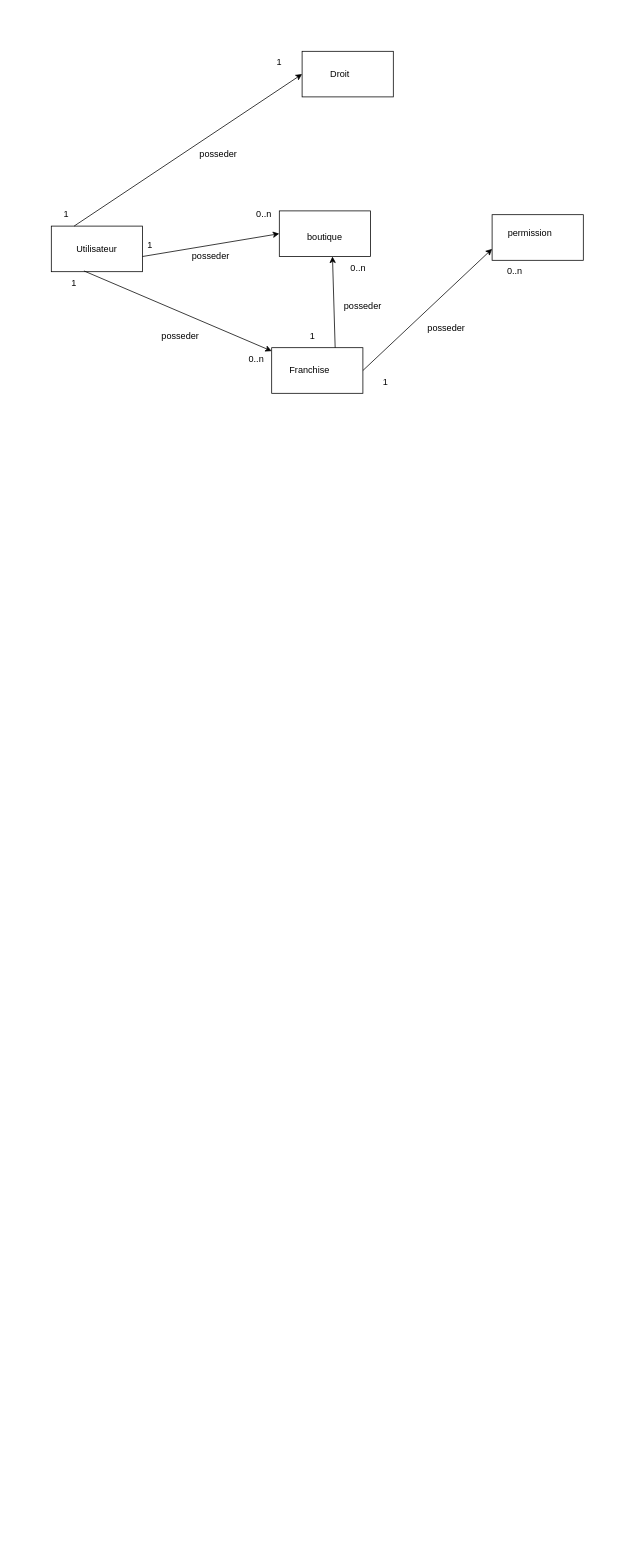
This is Diagramme sans nom.drawio from Bastien64/ProjetPhp, a draw.io file, before an edit. Source tidied: cells renumbered, new cells numbered last; positions are measured from the earlier drawing's top-left corner, leaving out a move shared by most shapes. Both pictures are drawn from the tidied source at 76%, with x=0, y=0 at pixel (43, 51).
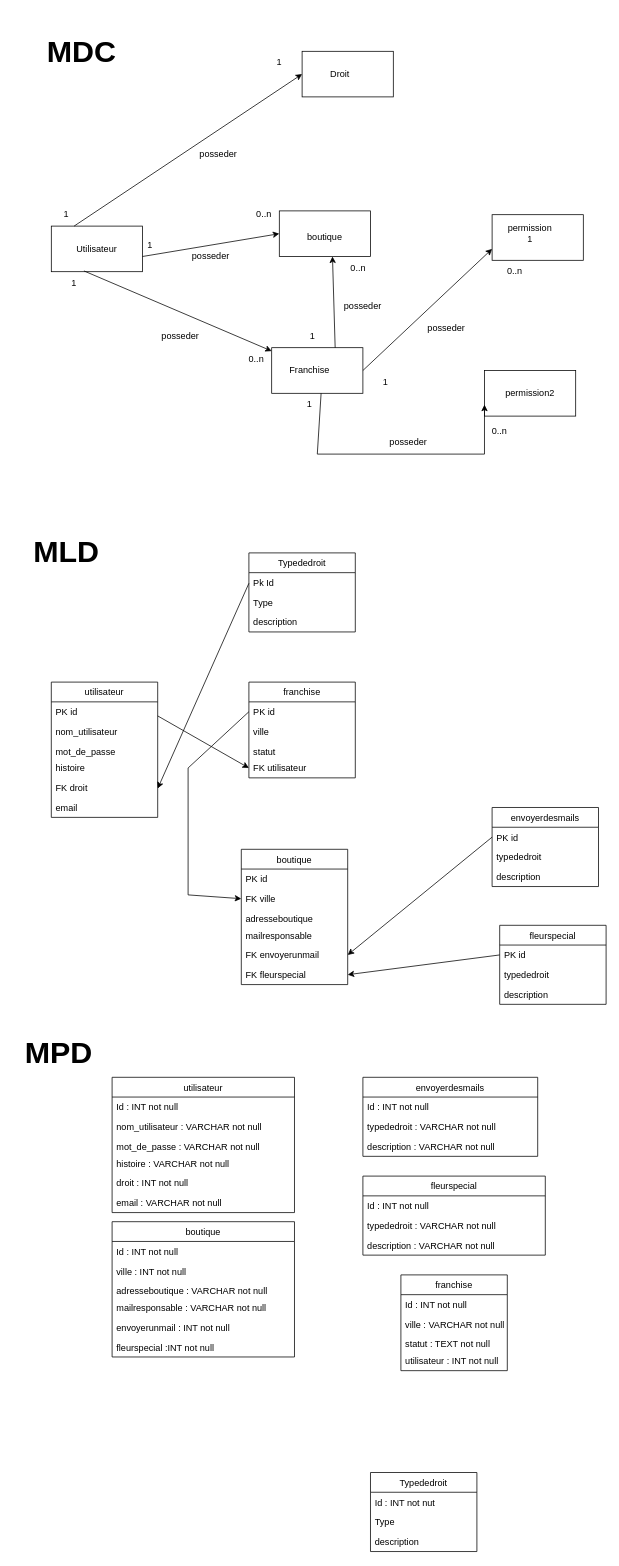
After the change.

Commit message:
Mettre à jour Diagramme sans nom.drawio

Change to the diagram source:
```diff
@@
-    <mxCell id="11" value="permission" style="text;html=1;strokeColor=none;fillColor=none;align=center;verticalAlign=middle;whiteSpace=wrap;rounded=0;" parent="1" vertex="1">
+    <mxCell id="11" value="permission 1" style="text;html=1;strokeColor=none;fillColor=none;align=center;verticalAlign=middle;whiteSpace=wrap;rounded=0;" parent="1" vertex="1">
       <mxGeometry x="610" y="225" width="60" height="30" as="geometry" />
     </mxCell>
@@
+    <mxCell id="32" value="MDC" style="text;align=center;fontStyle=1;verticalAlign=middle;spacingLeft=3;spacingRight=3;strokeColor=none;fontSize=40;" parent="1" vertex="1">
+      <mxGeometry x="-40" y="-50" width="180" height="90" as="geometry" />
+    </mxCell>
+    <mxCell id="33" value="MLD" style="text;align=center;fontStyle=1;verticalAlign=middle;spacingLeft=3;spacingRight=3;strokeColor=none;fontSize=40;" parent="1" vertex="1">
+      <mxGeometry x="-10" y="640" width="80" height="26" as="geometry" />
+    </mxCell>
+    <mxCell id="34" value="Typededroit" style="swimlane;fontStyle=0;horizontal=1;startSize=26;fillColor=none;fontSize=12;" parent="1" vertex="1">
+      <mxGeometry x="270" y="660" width="140" height="104" as="geometry" />
+    </mxCell>
+    <mxCell id="35" style="endArrow=classic;html=1;rounded=0;fontSize=12;" parent="34" edge="1">
+      <mxGeometry relative="1" as="geometry">
+        <mxPoint y="40" as="sourcePoint" />
+        <mxPoint x="-120" y="310" as="targetPoint" />
+      </mxGeometry>
+    </mxCell>
+    <mxCell id="36" value="Pk Id" style="text;strokeColor=none;fillColor=none;align=left;verticalAlign=top;spacingLeft=4;spacingRight=4;overflow=hidden;fontSize=12;" parent="34" vertex="1">
+      <mxGeometry y="26" width="140" height="26" as="geometry" />
+    </mxCell>
+    <mxCell id="37" value="Type" style="text;strokeColor=none;fillColor=none;align=left;verticalAlign=top;spacingLeft=4;spacingRight=4;overflow=hidden;fontSize=12;" parent="34" vertex="1">
+      <mxGeometry y="52" width="140" height="26" as="geometry" />
+    </mxCell>
+    <mxCell id="38" value="description" style="text;strokeColor=none;fillColor=none;align=left;verticalAlign=top;spacingLeft=4;spacingRight=4;overflow=hidden;fontSize=12;" parent="34" vertex="1">
+      <mxGeometry y="78" width="140" height="26" as="geometry" />
+    </mxCell>
+    <mxCell id="39" value="utilisateur" style="swimlane;fontStyle=0;horizontal=1;startSize=26;fillColor=none;fontSize=12;" parent="1" vertex="1">
+      <mxGeometry x="10" y="830" width="140" height="178" as="geometry" />
+    </mxCell>
+    <mxCell id="40" value="PK id" style="text;strokeColor=none;fillColor=none;align=left;verticalAlign=top;spacingLeft=4;spacingRight=4;overflow=hidden;fontSize=12;" parent="39" vertex="1">
+      <mxGeometry y="26" width="140" height="26" as="geometry" />
+    </mxCell>
+    <mxCell id="41" value="nom_utilisateur" style="text;strokeColor=none;fillColor=none;align=left;verticalAlign=top;spacingLeft=4;spacingRight=4;overflow=hidden;fontSize=12;" parent="39" vertex="1">
+      <mxGeometry y="52" width="140" height="26" as="geometry" />
+    </mxCell>
+    <mxCell id="42" value="mot_de_passe" style="text;strokeColor=none;fillColor=none;align=left;verticalAlign=top;spacingLeft=4;spacingRight=4;overflow=hidden;fontSize=12;" parent="39" vertex="1">
+      <mxGeometry y="78" width="140" height="22" as="geometry" />
+    </mxCell>
+    <mxCell id="43" value="histoire" style="text;strokeColor=none;fillColor=none;align=left;verticalAlign=top;spacingLeft=4;spacingRight=4;overflow=hidden;fontSize=12;" parent="39" vertex="1">
+      <mxGeometry y="100" width="140" height="26" as="geometry" />
+    </mxCell>
+    <mxCell id="44" value="FK droit" style="text;strokeColor=none;fillColor=none;align=left;verticalAlign=top;spacingLeft=4;spacingRight=4;overflow=hidden;fontSize=12;" parent="39" vertex="1">
+      <mxGeometry y="126" width="140" height="26" as="geometry" />
+    </mxCell>
+    <mxCell id="45" value="email" style="text;strokeColor=none;fillColor=none;align=left;verticalAlign=top;spacingLeft=4;spacingRight=4;overflow=hidden;fontSize=12;" parent="39" vertex="1">
+      <mxGeometry y="152" width="140" height="26" as="geometry" />
+    </mxCell>
+    <mxCell id="46" value="franchise" style="swimlane;fontStyle=0;horizontal=1;startSize=26;fillColor=none;fontSize=12;" parent="1" vertex="1">
+      <mxGeometry x="270" y="830" width="140" height="126" as="geometry" />
+    </mxCell>
+    <mxCell id="47" value="PK id" style="text;strokeColor=none;fillColor=none;align=left;verticalAlign=top;spacingLeft=4;spacingRight=4;overflow=hidden;points=[[0,0.5],[1,0.5]];portConstraint=eastwest;fontSize=12;" parent="46" vertex="1">
+      <mxGeometry y="26" width="140" height="26" as="geometry" />
+    </mxCell>
+    <mxCell id="48" value="ville" style="text;strokeColor=none;fillColor=none;align=left;verticalAlign=top;spacingLeft=4;spacingRight=4;overflow=hidden;fontSize=12;" parent="46" vertex="1">
+      <mxGeometry y="52" width="140" height="26" as="geometry" />
+    </mxCell>
+    <mxCell id="49" value="statut" style="text;strokeColor=none;fillColor=none;align=left;verticalAlign=top;spacingLeft=4;spacingRight=4;overflow=hidden;fontSize=12;" parent="46" vertex="1">
+      <mxGeometry y="78" width="140" height="22" as="geometry" />
+    </mxCell>
+    <mxCell id="50" value="FK utilisateur" style="text;strokeColor=none;fillColor=none;align=left;verticalAlign=top;spacingLeft=4;spacingRight=4;overflow=hidden;points=[[0,0.5],[1,0.5]];portConstraint=eastwest;fontSize=12;" parent="46" vertex="1">
+      <mxGeometry y="100" width="140" height="26" as="geometry" />
+    </mxCell>
+    <mxCell id="51" value="boutique" style="swimlane;fontStyle=0;horizontal=1;startSize=26;fillColor=none;fontSize=12;" parent="1" vertex="1">
+      <mxGeometry x="260" y="1050" width="140" height="178" as="geometry" />
+    </mxCell>
+    <mxCell id="52" value="PK id" style="text;strokeColor=none;fillColor=none;align=left;verticalAlign=top;spacingLeft=4;spacingRight=4;overflow=hidden;fontSize=12;" parent="51" vertex="1">
+      <mxGeometry y="26" width="140" height="26" as="geometry" />
+    </mxCell>
+    <mxCell id="53" value="FK ville" style="text;strokeColor=none;fillColor=none;align=left;verticalAlign=top;spacingLeft=4;spacingRight=4;overflow=hidden;points=[[0,0.5],[1,0.5]];portConstraint=eastwest;fontSize=12;" parent="51" vertex="1">
+      <mxGeometry y="52" width="140" height="26" as="geometry" />
+    </mxCell>
+    <mxCell id="54" value="adresseboutique    " style="text;strokeColor=none;fillColor=none;align=left;verticalAlign=top;spacingLeft=4;spacingRight=4;overflow=hidden;fontSize=12;" parent="51" vertex="1">
+      <mxGeometry y="78" width="140" height="22" as="geometry" />
+    </mxCell>
+    <mxCell id="55" value="mailresponsable" style="text;strokeColor=none;fillColor=none;align=left;verticalAlign=top;spacingLeft=4;spacingRight=4;overflow=hidden;fontSize=12;" parent="51" vertex="1">
+      <mxGeometry y="100" width="140" height="26" as="geometry" />
+    </mxCell>
+    <mxCell id="56" value="FK envoyerunmail" style="text;strokeColor=none;fillColor=none;align=left;verticalAlign=top;spacingLeft=4;spacingRight=4;overflow=hidden;points=[[0,0.5],[1,0.5]];portConstraint=eastwest;fontSize=12;" parent="51" vertex="1">
+      <mxGeometry y="126" width="140" height="26" as="geometry" />
+    </mxCell>
+    <mxCell id="57" value="FK fleurspecial" style="text;strokeColor=none;fillColor=none;align=left;verticalAlign=top;spacingLeft=4;spacingRight=4;overflow=hidden;points=[[0,0.5],[1,0.5]];portConstraint=eastwest;fontSize=12;" parent="51" vertex="1">
+      <mxGeometry y="152" width="140" height="26" as="geometry" />
+    </mxCell>
+    <mxCell id="58" style="rounded=0;whiteSpace=wrap;html=1;" parent="1" vertex="1">
+      <mxGeometry x="580" y="420" width="120" height="60" as="geometry" />
+    </mxCell>
+    <mxCell id="59" value="permission2" style="text;html=1;strokeColor=none;fillColor=none;align=center;verticalAlign=middle;whiteSpace=wrap;rounded=0;fontSize=12;" parent="1" vertex="1">
+      <mxGeometry x="610" y="435" width="60" height="30" as="geometry" />
+    </mxCell>
+    <mxCell id="60" style="endArrow=classic;html=1;rounded=0;entryX=0;entryY=0.75;entryDx=0;entryDy=0;" parent="1" edge="1" target="58">
+      <mxGeometry relative="1" as="geometry">
+        <mxPoint x="365" y="450" as="sourcePoint" />
+        <Array as="points">
+          <mxPoint x="360" y="530" />
+          <mxPoint x="580" y="530" />
+        </Array>
+      </mxGeometry>
+    </mxCell>
+    <mxCell id="61" value="1" style="text;html=1;strokeColor=none;fillColor=none;align=center;verticalAlign=middle;whiteSpace=wrap;rounded=0;" parent="1" vertex="1">
+      <mxGeometry x="320" y="450" width="60" height="30" as="geometry" />
+    </mxCell>
+    <mxCell id="62" value="0..n" style="text;html=1;strokeColor=none;fillColor=none;align=center;verticalAlign=middle;whiteSpace=wrap;rounded=0;" parent="1" vertex="1">
+      <mxGeometry x="570" y="485" width="60" height="30" as="geometry" />
+    </mxCell>
+    <mxCell id="63" value="posseder" style="text;html=1;strokeColor=none;fillColor=none;align=center;verticalAlign=middle;whiteSpace=wrap;rounded=0;" parent="1" vertex="1">
+      <mxGeometry x="450" y="500" width="60" height="30" as="geometry" />
+    </mxCell>
+    <mxCell id="64" value="fleurspecial" style="swimlane;fontStyle=0;horizontal=1;startSize=26;fillColor=none;fontSize=12;" parent="1" vertex="1">
+      <mxGeometry x="600" y="1150" width="140" height="104" as="geometry" />
+    </mxCell>
+    <mxCell id="65" value="PK id" style="text;strokeColor=none;fillColor=none;align=left;verticalAlign=top;spacingLeft=4;spacingRight=4;overflow=hidden;points=[[0,0.5],[1,0.5]];portConstraint=eastwest;fontSize=12;" parent="64" vertex="1">
+      <mxGeometry y="26" width="140" height="26" as="geometry" />
+    </mxCell>
+    <mxCell id="66" value="typededroit" style="text;strokeColor=none;fillColor=none;align=left;verticalAlign=top;spacingLeft=4;spacingRight=4;overflow=hidden;fontSize=12;" parent="64" vertex="1">
+      <mxGeometry y="52" width="140" height="26" as="geometry" />
+    </mxCell>
+    <mxCell id="67" value="description" style="text;strokeColor=none;fillColor=none;align=left;verticalAlign=top;spacingLeft=4;spacingRight=4;overflow=hidden;fontSize=12;" parent="64" vertex="1">
+      <mxGeometry y="78" width="140" height="26" as="geometry" />
+    </mxCell>
+    <mxCell id="68" value="envoyerdesmails" style="swimlane;fontStyle=0;horizontal=1;startSize=26;fillColor=none;fontSize=12;" parent="1" vertex="1">
+      <mxGeometry x="590" y="995" width="140" height="104" as="geometry" />
+    </mxCell>
+    <mxCell id="69" value="PK id" style="text;strokeColor=none;fillColor=none;align=left;verticalAlign=top;spacingLeft=4;spacingRight=4;overflow=hidden;points=[[0,0.5],[1,0.5]];portConstraint=eastwest;fontSize=12;" parent="68" vertex="1">
+      <mxGeometry y="26" width="140" height="26" as="geometry" />
+    </mxCell>
+    <mxCell id="70" value="typededroit" style="text;strokeColor=none;fillColor=none;align=left;verticalAlign=top;spacingLeft=4;spacingRight=4;overflow=hidden;fontSize=12;" parent="68" vertex="1">
+      <mxGeometry y="52" width="140" height="26" as="geometry" />
+    </mxCell>
+    <mxCell id="71" value="description" style="text;strokeColor=none;fillColor=none;align=left;verticalAlign=top;spacingLeft=4;spacingRight=4;overflow=hidden;fontSize=12;" parent="68" vertex="1">
+      <mxGeometry y="78" width="140" height="26" as="geometry" />
+    </mxCell>
+    <mxCell id="72" style="endArrow=classic;html=1;rounded=0;fontSize=12;exitX=1;exitY=0.25;exitDx=0;exitDy=0;entryX=0;entryY=0.5;entryDx=0;entryDy=0;" parent="1" edge="1" source="39" target="50">
+      <mxGeometry relative="1" as="geometry" />
+    </mxCell>
+    <mxCell id="73" style="endArrow=classic;html=1;rounded=0;fontSize=12;exitX=0;exitY=0.5;exitDx=0;exitDy=0;entryX=0;entryY=0.5;entryDx=0;entryDy=0;" parent="1" edge="1" source="47" target="53">
+      <mxGeometry relative="1" as="geometry">
+        <Array as="points">
+          <mxPoint x="190" y="943" />
+          <mxPoint x="190" y="1110" />
+        </Array>
+      </mxGeometry>
+    </mxCell>
+    <mxCell id="74" style="endArrow=classic;html=1;rounded=0;fontSize=12;exitX=0;exitY=0.5;exitDx=0;exitDy=0;entryX=1;entryY=0.5;entryDx=0;entryDy=0;" parent="1" edge="1" source="65" target="57">
+      <mxGeometry relative="1" as="geometry" />
+    </mxCell>
+    <mxCell id="75" style="endArrow=classic;html=1;rounded=0;fontSize=12;entryX=1;entryY=0.5;entryDx=0;entryDy=0;exitX=0;exitY=0.5;exitDx=0;exitDy=0;" parent="1" edge="1" source="69" target="56">
+      <mxGeometry relative="1" as="geometry" />
+    </mxCell>
+    <mxCell id="76" value="MPD" style="text;align=center;fontStyle=1;verticalAlign=middle;spacingLeft=3;spacingRight=3;strokeColor=none;fontSize=40;" parent="1" vertex="1">
+      <mxGeometry x="-20" y="1300" width="80" height="26" as="geometry" />
+    </mxCell>
+    <mxCell id="77" value="Typededroit" style="swimlane;fontStyle=0;horizontal=1;startSize=26;fillColor=none;fontSize=12;" parent="1" vertex="1">
+      <mxGeometry x="430" y="1870" width="140" height="104" as="geometry" />
+    </mxCell>
+    <mxCell id="78" value="Id : INT not nut" style="text;strokeColor=none;fillColor=none;align=left;verticalAlign=top;spacingLeft=4;spacingRight=4;overflow=hidden;fontSize=12;" parent="77" vertex="1">
+      <mxGeometry y="26" width="140" height="26" as="geometry" />
+    </mxCell>
+    <mxCell id="79" value="Type" style="text;strokeColor=none;fillColor=none;align=left;verticalAlign=top;spacingLeft=4;spacingRight=4;overflow=hidden;fontSize=12;" parent="77" vertex="1">
+      <mxGeometry y="52" width="140" height="26" as="geometry" />
+    </mxCell>
+    <mxCell id="80" value="description" style="text;strokeColor=none;fillColor=none;align=left;verticalAlign=top;spacingLeft=4;spacingRight=4;overflow=hidden;fontSize=12;" parent="77" vertex="1">
+      <mxGeometry y="78" width="140" height="26" as="geometry" />
+    </mxCell>
+    <mxCell id="81" value="utilisateur" style="swimlane;fontStyle=0;horizontal=1;startSize=26;fillColor=none;fontSize=12;" parent="1" vertex="1">
+      <mxGeometry x="90" y="1350" width="240" height="178" as="geometry" />
+    </mxCell>
+    <mxCell id="82" value="Id : INT not null" style="text;strokeColor=none;fillColor=none;align=left;verticalAlign=top;spacingLeft=4;spacingRight=4;overflow=hidden;fontSize=12;" parent="81" vertex="1">
+      <mxGeometry y="26" width="240" height="26" as="geometry" />
+    </mxCell>
+    <mxCell id="83" value="nom_utilisateur : VARCHAR not null" style="text;strokeColor=none;fillColor=none;align=left;verticalAlign=top;spacingLeft=4;spacingRight=4;overflow=hidden;fontSize=12;" parent="81" vertex="1">
+      <mxGeometry y="52" width="240" height="26" as="geometry" />
+    </mxCell>
+    <mxCell id="84" value="mot_de_passe : VARCHAR not null" style="text;strokeColor=none;fillColor=none;align=left;verticalAlign=top;spacingLeft=4;spacingRight=4;overflow=hidden;fontSize=12;" parent="81" vertex="1">
+      <mxGeometry y="78" width="240" height="22" as="geometry" />
+    </mxCell>
+    <mxCell id="85" value="histoire : VARCHAR not null" style="text;strokeColor=none;fillColor=none;align=left;verticalAlign=top;spacingLeft=4;spacingRight=4;overflow=hidden;fontSize=12;" parent="81" vertex="1">
+      <mxGeometry y="100" width="240" height="26" as="geometry" />
+    </mxCell>
+    <mxCell id="86" value="droit : INT not null" style="text;strokeColor=none;fillColor=none;align=left;verticalAlign=top;spacingLeft=4;spacingRight=4;overflow=hidden;fontSize=12;" parent="81" vertex="1">
+      <mxGeometry y="126" width="240" height="26" as="geometry" />
+    </mxCell>
+    <mxCell id="87" value="email : VARCHAR not null" style="text;strokeColor=none;fillColor=none;align=left;verticalAlign=top;spacingLeft=4;spacingRight=4;overflow=hidden;fontSize=12;" parent="81" vertex="1">
+      <mxGeometry y="152" width="240" height="26" as="geometry" />
+    </mxCell>
+    <mxCell id="88" value="franchise" style="swimlane;fontStyle=0;horizontal=1;startSize=26;fillColor=none;fontSize=12;" parent="1" vertex="1">
+      <mxGeometry x="470" y="1610" width="140" height="126" as="geometry" />
+    </mxCell>
+    <mxCell id="89" value="Id : INT not null" style="text;strokeColor=none;fillColor=none;align=left;verticalAlign=top;spacingLeft=4;spacingRight=4;overflow=hidden;fontSize=12;" parent="88" vertex="1">
+      <mxGeometry y="26" width="140" height="26" as="geometry" />
+    </mxCell>
+    <mxCell id="90" value="ville : VARCHAR not null" style="text;strokeColor=none;fillColor=none;align=left;verticalAlign=top;spacingLeft=4;spacingRight=4;overflow=hidden;fontSize=12;" parent="88" vertex="1">
+      <mxGeometry y="52" width="140" height="26" as="geometry" />
+    </mxCell>
+    <mxCell id="91" value="statut : TEXT not null" style="text;strokeColor=none;fillColor=none;align=left;verticalAlign=top;spacingLeft=4;spacingRight=4;overflow=hidden;fontSize=12;" parent="88" vertex="1">
+      <mxGeometry y="78" width="140" height="22" as="geometry" />
+    </mxCell>
+    <mxCell id="92" value="utilisateur : INT not null" style="text;strokeColor=none;fillColor=none;align=left;verticalAlign=top;spacingLeft=4;spacingRight=4;overflow=hidden;fontSize=12;" parent="88" vertex="1">
+      <mxGeometry y="100" width="140" height="26" as="geometry" />
+    </mxCell>
+    <mxCell id="93" value="boutique" style="swimlane;fontStyle=0;horizontal=1;startSize=26;fillColor=none;fontSize=12;" parent="1" vertex="1">
+      <mxGeometry x="90" y="1540" width="240" height="178" as="geometry" />
+    </mxCell>
+    <mxCell id="94" value="Id : INT not null" style="text;strokeColor=none;fillColor=none;align=left;verticalAlign=top;spacingLeft=4;spacingRight=4;overflow=hidden;fontSize=12;" parent="93" vertex="1">
+      <mxGeometry y="26" width="240" height="26" as="geometry" />
+    </mxCell>
+    <mxCell id="95" value="ville : INT not null" style="text;strokeColor=none;fillColor=none;align=left;verticalAlign=top;spacingLeft=4;spacingRight=4;overflow=hidden;fontSize=12;" parent="93" vertex="1">
+      <mxGeometry y="52" width="240" height="26" as="geometry" />
+    </mxCell>
+    <mxCell id="96" value="adresseboutique : VARCHAR not null    " style="text;strokeColor=none;fillColor=none;align=left;verticalAlign=top;spacingLeft=4;spacingRight=4;overflow=hidden;fontSize=12;" parent="93" vertex="1">
+      <mxGeometry y="78" width="240" height="22" as="geometry" />
+    </mxCell>
+    <mxCell id="97" value="mailresponsable : VARCHAR not null" style="text;strokeColor=none;fillColor=none;align=left;verticalAlign=top;spacingLeft=4;spacingRight=4;overflow=hidden;fontSize=12;" parent="93" vertex="1">
+      <mxGeometry y="100" width="240" height="26" as="geometry" />
+    </mxCell>
+    <mxCell id="98" value="envoyerunmail : INT not null" style="text;strokeColor=none;fillColor=none;align=left;verticalAlign=top;spacingLeft=4;spacingRight=4;overflow=hidden;fontSize=12;" parent="93" vertex="1">
+      <mxGeometry y="126" width="240" height="26" as="geometry" />
+    </mxCell>
+    <mxCell id="99" value="fleurspecial :INT not null" style="text;strokeColor=none;fillColor=none;align=left;verticalAlign=top;spacingLeft=4;spacingRight=4;overflow=hidden;fontSize=12;" parent="93" vertex="1">
+      <mxGeometry y="152" width="240" height="26" as="geometry" />
+    </mxCell>
+    <mxCell id="100" value="envoyerdesmails" style="swimlane;fontStyle=0;horizontal=1;startSize=26;fillColor=none;fontSize=12;" parent="1" vertex="1">
+      <mxGeometry x="420" y="1350" width="230" height="104" as="geometry" />
+    </mxCell>
+    <mxCell id="101" value="Id : INT not null" style="text;strokeColor=none;fillColor=none;align=left;verticalAlign=top;spacingLeft=4;spacingRight=4;overflow=hidden;fontSize=12;" parent="100" vertex="1">
+      <mxGeometry y="26" width="230" height="26" as="geometry" />
+    </mxCell>
+    <mxCell id="102" value="typededroit : VARCHAR not null" style="text;strokeColor=none;fillColor=none;align=left;verticalAlign=top;spacingLeft=4;spacingRight=4;overflow=hidden;fontSize=12;" parent="100" vertex="1">
+      <mxGeometry y="52" width="230" height="26" as="geometry" />
+    </mxCell>
+    <mxCell id="103" value="description : VARCHAR not null" style="text;strokeColor=none;fillColor=none;align=left;verticalAlign=top;spacingLeft=4;spacingRight=4;overflow=hidden;fontSize=12;" parent="100" vertex="1">
+      <mxGeometry y="78" width="230" height="26" as="geometry" />
+    </mxCell>
+    <mxCell id="104" value="fleurspecial" style="swimlane;fontStyle=0;horizontal=1;startSize=26;fillColor=none;fontSize=12;" parent="1" vertex="1">
+      <mxGeometry x="420" y="1480" width="240" height="104" as="geometry" />
+    </mxCell>
+    <mxCell id="105" value="Id : INT not null" style="text;strokeColor=none;fillColor=none;align=left;verticalAlign=top;spacingLeft=4;spacingRight=4;overflow=hidden;fontSize=12;" parent="104" vertex="1">
+      <mxGeometry y="26" width="240" height="26" as="geometry" />
+    </mxCell>
+    <mxCell id="106" value="typededroit : VARCHAR not null" style="text;strokeColor=none;fillColor=none;align=left;verticalAlign=top;spacingLeft=4;spacingRight=4;overflow=hidden;fontSize=12;" parent="104" vertex="1">
+      <mxGeometry y="52" width="240" height="26" as="geometry" />
+    </mxCell>
+    <mxCell id="107" value="description : VARCHAR not null" style="text;strokeColor=none;fillColor=none;align=left;verticalAlign=top;spacingLeft=4;spacingRight=4;overflow=hidden;fontSize=12;" parent="104" vertex="1">
+      <mxGeometry y="78" width="240" height="26" as="geometry" />
+    </mxCell>
```
